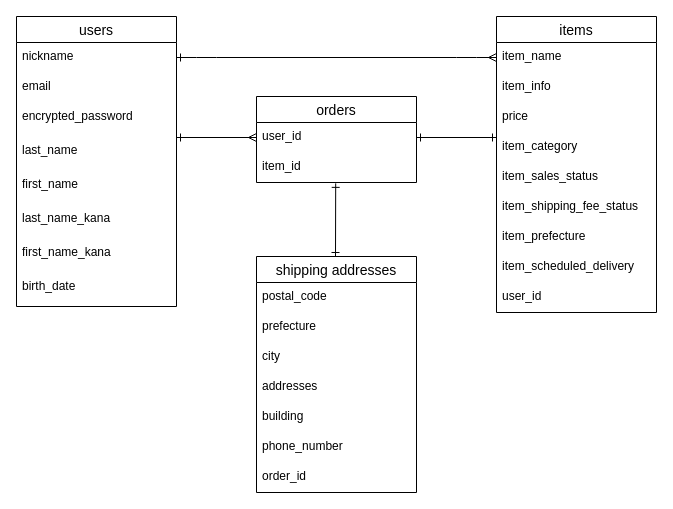
The draw.io diagram furima-37817.dio in kazami1066/furima-37817, before the edit. Source tidied: cells renumbered, new cells numbered last; positions are measured from the earlier drawing's top-left corner, leaving out a move shared by most shapes. Both pictures are drawn from the tidied source at 100%, with x=0, y=0 at pixel (16, 16).
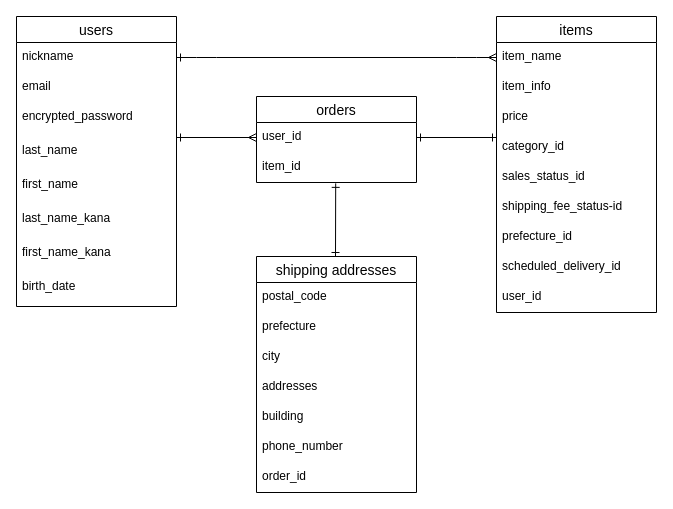
The same diagram, later.

Commit message (it also covers changes not shown here):
READMEにデータベース設計を記述（カラム名修正）

The change refers to these unchanged cells:
```xml
<mxCell id="11" value="items" style="swimlane;fontStyle=0;horizontal=1;startSize=26;align=center;fontSize=14;" parent="1" vertex="1">
  <mxGeometry x="480" width="160" height="296" as="geometry" />
</mxCell>
```

Diff of the diagram source:
```diff
@@
-    <mxCell id="15" value="item_category" style="text;strokeColor=none;fillColor=none;spacingLeft=4;spacingRight=4;overflow=hidden;fontSize=12;" parent="11" vertex="1">
+    <mxCell id="15" value="category_id" style="text;strokeColor=none;fillColor=none;spacingLeft=4;spacingRight=4;overflow=hidden;fontSize=12;" parent="11" vertex="1">
       <mxGeometry y="116" width="160" height="30" as="geometry" />
     </mxCell>
-    <mxCell id="16" value="item_sales_status" style="text;strokeColor=none;fillColor=none;spacingLeft=4;spacingRight=4;overflow=hidden;fontSize=12;" parent="11" vertex="1">
+    <mxCell id="16" value="sales_status_id" style="text;strokeColor=none;fillColor=none;spacingLeft=4;spacingRight=4;overflow=hidden;fontSize=12;" parent="11" vertex="1">
       <mxGeometry y="146" width="160" height="30" as="geometry" />
     </mxCell>
-    <mxCell id="17" value="item_shipping_fee_status" style="text;strokeColor=none;fillColor=none;spacingLeft=4;spacingRight=4;overflow=hidden;fontSize=12;" parent="11" vertex="1">
+    <mxCell id="17" value="shipping_fee_status-id" style="text;strokeColor=none;fillColor=none;spacingLeft=4;spacingRight=4;overflow=hidden;fontSize=12;" parent="11" vertex="1">
       <mxGeometry y="176" width="160" height="30" as="geometry" />
     </mxCell>
-    <mxCell id="18" value="item_prefecture" style="text;strokeColor=none;fillColor=none;spacingLeft=4;spacingRight=4;overflow=hidden;fontSize=12;" parent="11" vertex="1">
+    <mxCell id="18" value="prefecture_id" style="text;strokeColor=none;fillColor=none;spacingLeft=4;spacingRight=4;overflow=hidden;fontSize=12;" parent="11" vertex="1">
       <mxGeometry y="206" width="160" height="30" as="geometry" />
     </mxCell>
-    <mxCell id="19" value="item_scheduled_delivery" style="text;strokeColor=none;fillColor=none;spacingLeft=4;spacingRight=4;overflow=hidden;fontSize=12;" parent="11" vertex="1">
+    <mxCell id="19" value="scheduled_delivery_id" style="text;strokeColor=none;fillColor=none;spacingLeft=4;spacingRight=4;overflow=hidden;fontSize=12;" parent="11" vertex="1">
       <mxGeometry y="236" width="160" height="30" as="geometry" />
     </mxCell>
```
